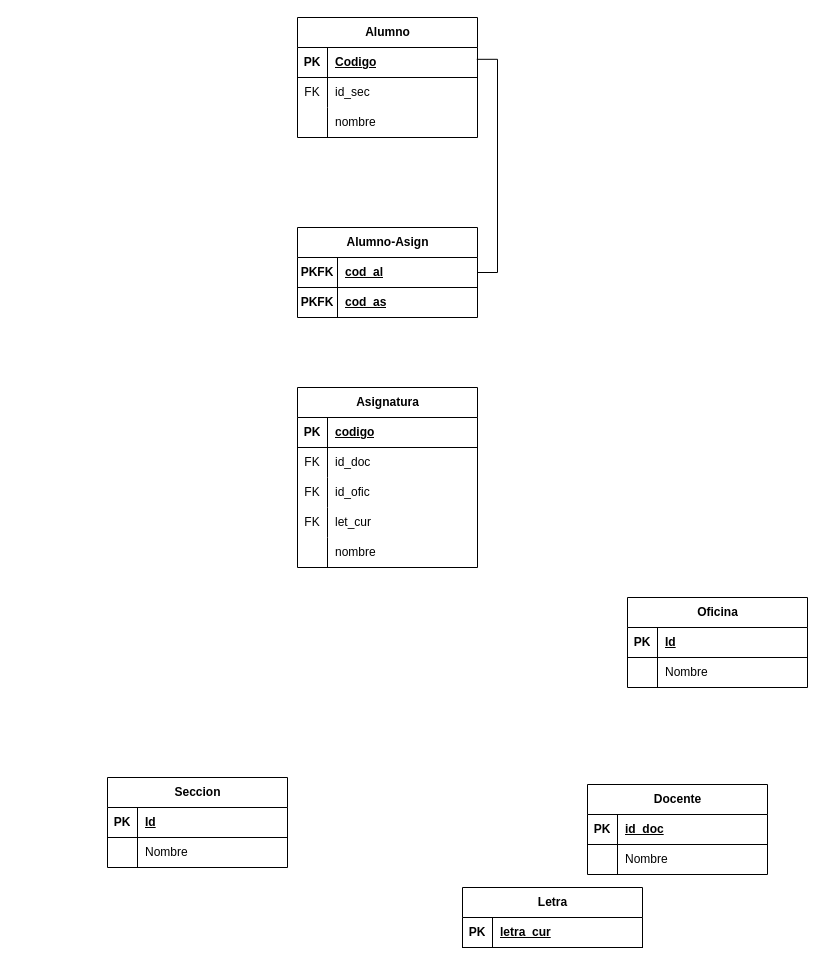
Before: Unidad_4/Tareas/centro/centro2.drawio in OxideVanadium/base_de_datos, a draw.io diagram. Source tidied: cells renumbered, new cells numbered last; positions are measured from the earlier drawing's top-left corner, leaving out a move shared by most shapes. Both pictures are drawn from the tidied source at 100%, with x=0, y=0 at pixel (107, 17).
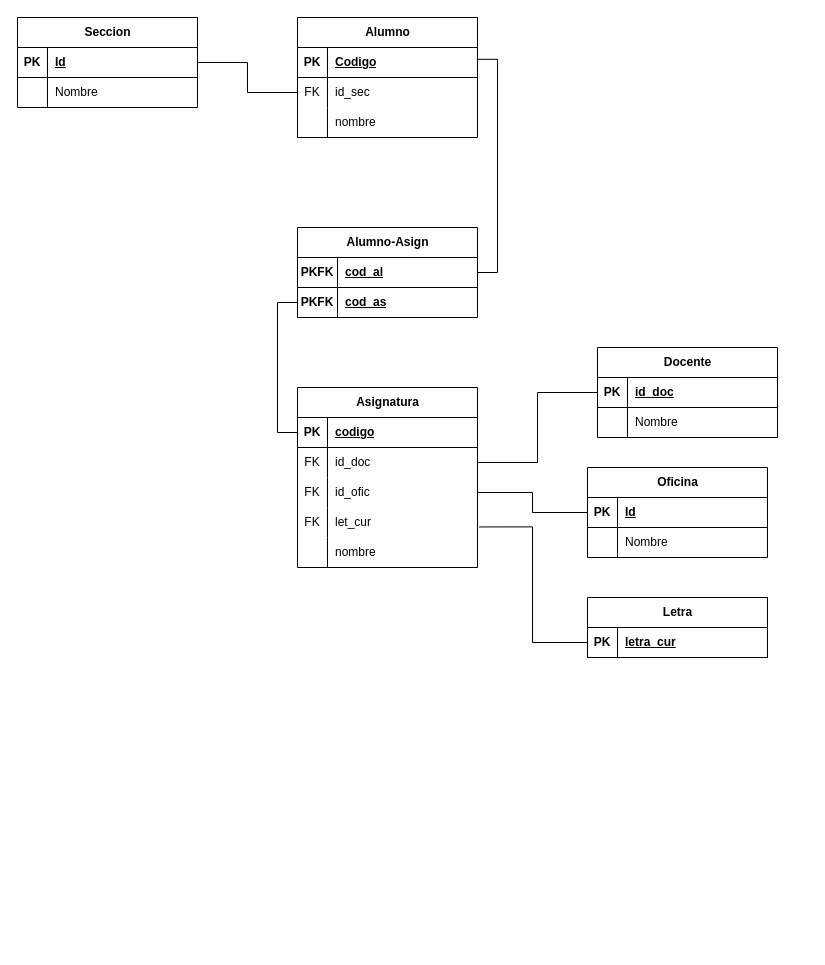
Above is the later version.

Unchanged cells that the change refers to:
```xml
<mxCell id="6" style="shape=tableRow;horizontal=0;startSize=0;swimlaneHead=0;swimlaneBody=0;fillColor=none;points=[[0,0.5],[1,0.5]];portConstraint=eastwest;top=0;left=0;right=0;bottom=0;" parent="2" vertex="1">
  <mxGeometry y="60" width="180" height="30" as="geometry" />
</mxCell>
<mxCell id="20" style="shape=tableRow;horizontal=0;startSize=0;swimlaneHead=0;swimlaneBody=0;fillColor=none;points=[[0,0.5],[1,0.5]];portConstraint=eastwest;top=0;left=0;right=0;bottom=1;" parent="19" vertex="1">
  <mxGeometry y="30" width="180" height="30" as="geometry" />
</mxCell>
<mxCell id="23" style="shape=tableRow;horizontal=0;startSize=0;swimlaneHead=0;swimlaneBody=0;fillColor=none;points=[[0,0.5],[1,0.5]];portConstraint=eastwest;top=0;left=0;right=0;bottom=0;" parent="19" vertex="1">
  <mxGeometry y="60" width="180" height="30" as="geometry" />
</mxCell>
<mxCell id="26" style="shape=tableRow;horizontal=0;startSize=0;swimlaneHead=0;swimlaneBody=0;fillColor=none;points=[[0,0.5],[1,0.5]];portConstraint=eastwest;top=0;left=0;right=0;bottom=0;" parent="19" vertex="1">
  <mxGeometry y="90" width="180" height="30" as="geometry" />
</mxCell>
<mxCell id="29" style="shape=tableRow;horizontal=0;startSize=0;swimlaneHead=0;swimlaneBody=0;fillColor=none;points=[[0,0.5],[1,0.5]];portConstraint=eastwest;top=0;left=0;right=0;bottom=0;" parent="19" vertex="1">
  <mxGeometry y="120" width="180" height="30" as="geometry" />
</mxCell>
<mxCell id="36" style="shape=tableRow;horizontal=0;startSize=0;swimlaneHead=0;swimlaneBody=0;fillColor=none;points=[[0,0.5],[1,0.5]];portConstraint=eastwest;top=0;left=0;right=0;bottom=1;" parent="35" vertex="1">
  <mxGeometry y="30" width="180" height="30" as="geometry" />
</mxCell>
<mxCell id="43" style="shape=tableRow;horizontal=0;startSize=0;swimlaneHead=0;swimlaneBody=0;fillColor=none;points=[[0,0.5],[1,0.5]];portConstraint=eastwest;top=0;left=0;right=0;bottom=1;" parent="42" vertex="1">
  <mxGeometry y="30" width="180" height="30" as="geometry" />
</mxCell>
<mxCell id="47" style="shape=tableRow;horizontal=0;startSize=0;swimlaneHead=0;swimlaneBody=0;fillColor=none;points=[[0,0.5],[1,0.5]];portConstraint=eastwest;top=0;left=0;right=0;bottom=1;" parent="46" vertex="1">
  <mxGeometry y="30" width="180" height="30" as="geometry" />
</mxCell>
<mxCell id="57" style="shape=tableRow;horizontal=0;startSize=0;swimlaneHead=0;swimlaneBody=0;fillColor=none;points=[[0,0.5],[1,0.5]];portConstraint=eastwest;top=0;left=0;right=0;bottom=0;" parent="53" vertex="1">
  <mxGeometry y="60" width="180" height="30" as="geometry" />
</mxCell>
```

Diff of the diagram source:
```diff
@@
     <mxCell id="12" value="Seccion" style="shape=table;startSize=30;childLayout=tableLayout;rowLines=0;fontStyle=1;align=center;html=1;" parent="1" vertex="1">
-      <mxGeometry y="760" width="180" height="90" as="geometry" />
+      <mxGeometry x="-90" width="180" height="90" as="geometry" />
     </mxCell>
@@
     <mxCell id="35" value="Oficina" style="shape=table;startSize=30;childLayout=tableLayout;rowLines=0;fontStyle=1;align=center;html=1;" parent="1" vertex="1">
-      <mxGeometry x="520" y="580" width="180" height="90" as="geometry" />
+      <mxGeometry x="480" y="450" width="180" height="90" as="geometry" />
     </mxCell>
@@
     <mxCell id="42" value="Letra" style="shape=table;startSize=30;childLayout=tableLayout;rowLines=0;fontStyle=1;align=center;html=1;" parent="1" vertex="1">
-      <mxGeometry x="355" y="870" width="180" height="60" as="geometry" />
+      <mxGeometry x="480" y="580" width="180" height="60" as="geometry" />
     </mxCell>
@@
+    <mxCell id="61" style="edgeStyle=orthogonalEdgeStyle;rounded=0;jettySize=auto;html=1;entryX=1;entryY=0.5;entryDx=0;entryDy=0;endArrow=none;endFill=0;exitX=0;exitY=0.5;exitDx=0;exitDy=0;" parent="1" edge="1" source="47" target="23">
+      <mxGeometry relative="1" as="geometry" />
+    </mxCell>
     <mxCell id="46" value="Docente" style="shape=table;startSize=30;childLayout=tableLayout;rowLines=0;fontStyle=1;align=center;html=1;" parent="1" vertex="1">
-      <mxGeometry x="480" y="767" width="180" height="90" as="geometry" />
+      <mxGeometry x="490" y="330" width="180" height="90" as="geometry" />
     </mxCell>
@@
+    <mxCell id="62" style="edgeStyle=orthogonalEdgeStyle;rounded=0;jettySize=auto;html=1;entryX=0;entryY=0.5;entryDx=0;entryDy=0;endArrow=none;endFill=0;" parent="1" edge="1" source="57" target="20">
+      <mxGeometry relative="1" as="geometry" />
+    </mxCell>
+    <mxCell id="63" style="edgeStyle=orthogonalEdgeStyle;rounded=0;jettySize=auto;html=1;entryX=1;entryY=0.5;entryDx=0;entryDy=0;endArrow=none;endFill=0;" parent="1" edge="1" source="6" target="12">
+      <mxGeometry relative="1" as="geometry" />
+    </mxCell>
+    <mxCell id="64" style="edgeStyle=orthogonalEdgeStyle;rounded=0;jettySize=auto;html=1;entryX=1;entryY=0.5;entryDx=0;entryDy=0;endArrow=none;endFill=0;" parent="1" edge="1" source="36" target="26">
+      <mxGeometry relative="1" as="geometry" />
+    </mxCell>
+    <mxCell id="65" style="edgeStyle=orthogonalEdgeStyle;rounded=0;jettySize=auto;html=1;entryX=1.009;entryY=0.648;entryDx=0;entryDy=0;entryPerimeter=0;endArrow=none;endFill=0;" parent="1" edge="1" source="43" target="29">
+      <mxGeometry relative="1" as="geometry" />
+    </mxCell>
```
